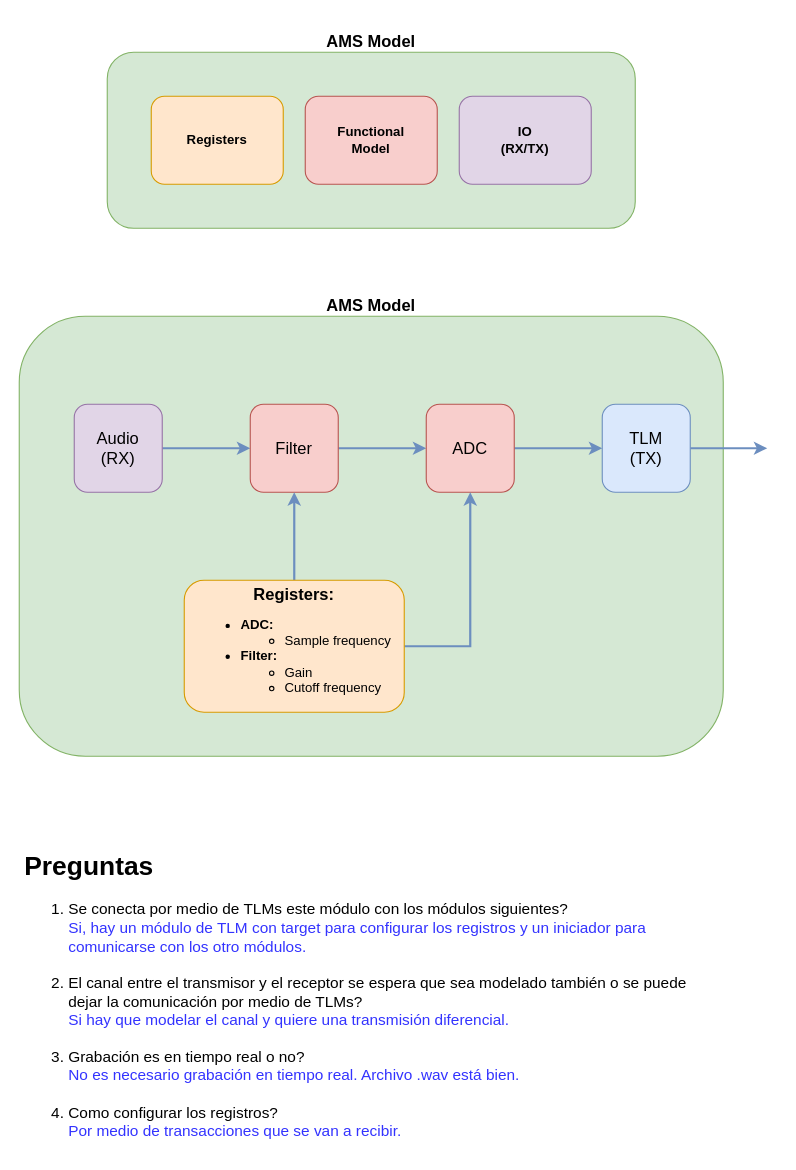
bvarela27/SystemC_ams keeps this draw.io diagram as Project3.drawio. Above is the earlier version. Source tidied: cells renumbered, new cells numbered last; positions are measured from the earlier drawing's top-left corner, leaving out a move shared by most shapes. Both pictures are drawn from the tidied source at 110%, with x=0, y=0 at pixel (19, 19).
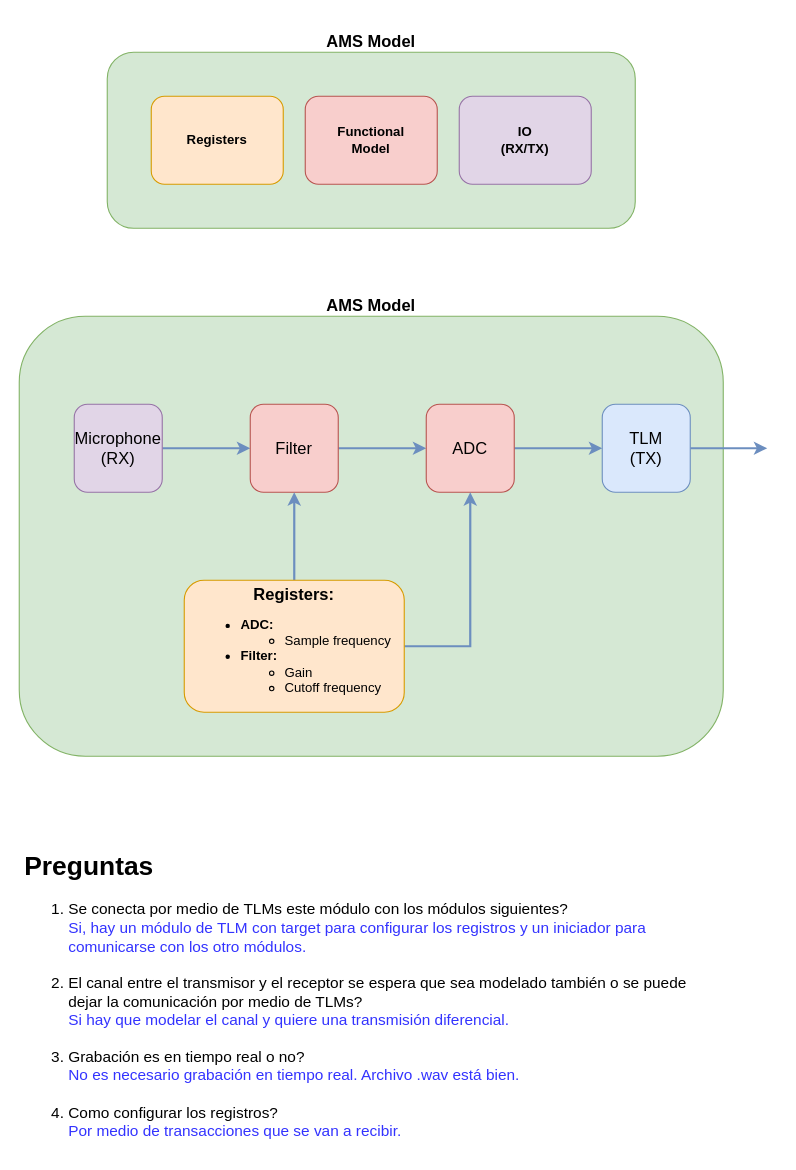
The same diagram, later.

Diff of the diagram source:
```diff
@@
-    <mxCell id="9" value="Audio&lt;br&gt;(RX)" style="rounded=1;whiteSpace=wrap;html=1;fontSize=15;fillColor=#e1d5e7;strokeColor=#9673a6;" parent="1" vertex="1">
+    <mxCell id="9" value="Microphone&lt;br&gt;(RX)" style="rounded=1;whiteSpace=wrap;html=1;fontSize=15;fillColor=#e1d5e7;strokeColor=#9673a6;" parent="1" vertex="1">
       <mxGeometry x="50" y="350" width="80" height="80" as="geometry" />
     </mxCell>
```
